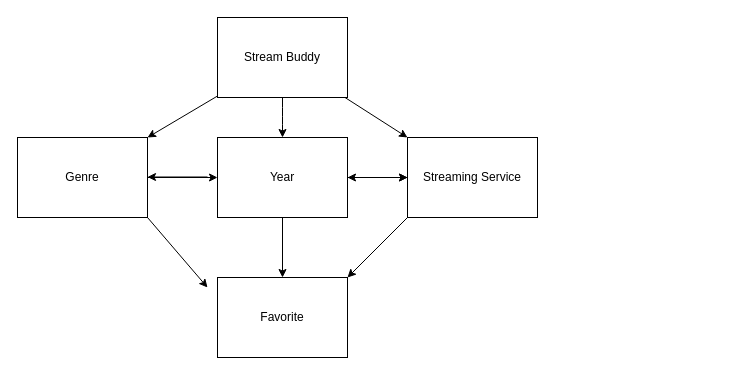
The draw.io diagram app.drawio in Sette94/stream-buddy, before the edit. Source tidied: cells renumbered, new cells numbered last; positions are measured from the earlier drawing's top-left corner, leaving out a move shared by most shapes. Both pictures are drawn from the tidied source at 100%, with x=0, y=0 at pixel (17, 17).
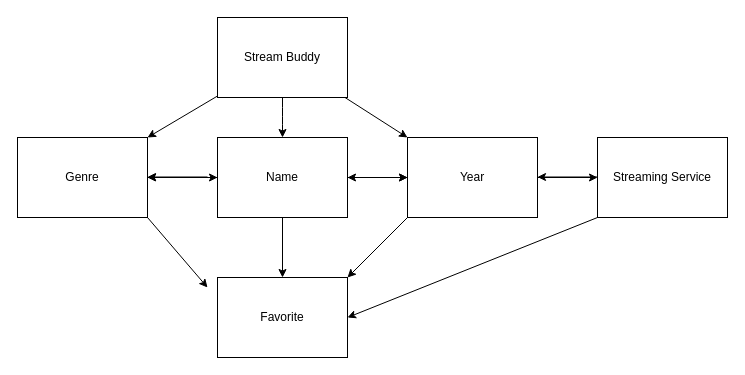
Above is the later version.

The change refers to these unchanged cells:
```xml
<mxCell id="9" value="Genre" style="rounded=0;whiteSpace=wrap;html=1;" parent="1" vertex="1">
  <mxGeometry y="120" width="130" height="80" as="geometry" />
</mxCell>
<mxCell id="18" value="Favorite" style="rounded=0;whiteSpace=wrap;html=1;" parent="1" vertex="1">
  <mxGeometry x="200" y="260" width="130" height="80" as="geometry" />
</mxCell>
```

What changed in the source:
```diff
@@
+    <mxCell id="19" style="edgeStyle=none;html=1;" parent="1" edge="1" source="13" target="9">
+      <mxGeometry relative="1" as="geometry" />
+    </mxCell>
-    <mxCell id="13" value="Year" style="rounded=0;whiteSpace=wrap;html=1;" parent="1" vertex="1">
+    <mxCell id="13" value="Name" style="rounded=0;whiteSpace=wrap;html=1;" parent="1" vertex="1">
       <mxGeometry x="200" y="120" width="130" height="80" as="geometry" />
     </mxCell>
@@
-    <mxCell id="16" value="Streaming Service" style="rounded=0;whiteSpace=wrap;html=1;" parent="1" vertex="1">
+    <mxCell id="16" value="Year" style="rounded=0;whiteSpace=wrap;html=1;" parent="1" vertex="1">
       <mxGeometry x="390" y="120" width="130" height="80" as="geometry" />
     </mxCell>
@@
+    <mxCell id="20" style="edgeStyle=none;html=1;exitX=0;exitY=1;exitDx=0;exitDy=0;entryX=1;entryY=0.5;entryDx=0;entryDy=0;" parent="1" edge="1" source="21" target="18">
+      <mxGeometry relative="1" as="geometry" />
+    </mxCell>
+    <mxCell id="21" value="Streaming Service" style="rounded=0;whiteSpace=wrap;html=1;" parent="1" vertex="1">
+      <mxGeometry x="580" y="120" width="130" height="80" as="geometry" />
+    </mxCell>
+    <mxCell id="22" style="edgeStyle=none;html=1;" parent="1" edge="1">
+      <mxGeometry relative="1" as="geometry">
+        <mxPoint x="580" y="159.5" as="sourcePoint" />
+        <mxPoint x="520" y="159.5" as="targetPoint" />
+      </mxGeometry>
+    </mxCell>
+    <mxCell id="23" style="edgeStyle=none;html=1;entryX=0;entryY=0.5;entryDx=0;entryDy=0;" parent="1" edge="1" target="21">
+      <mxGeometry relative="1" as="geometry">
+        <mxPoint x="520" y="160" as="sourcePoint" />
+      </mxGeometry>
+    </mxCell>
```
